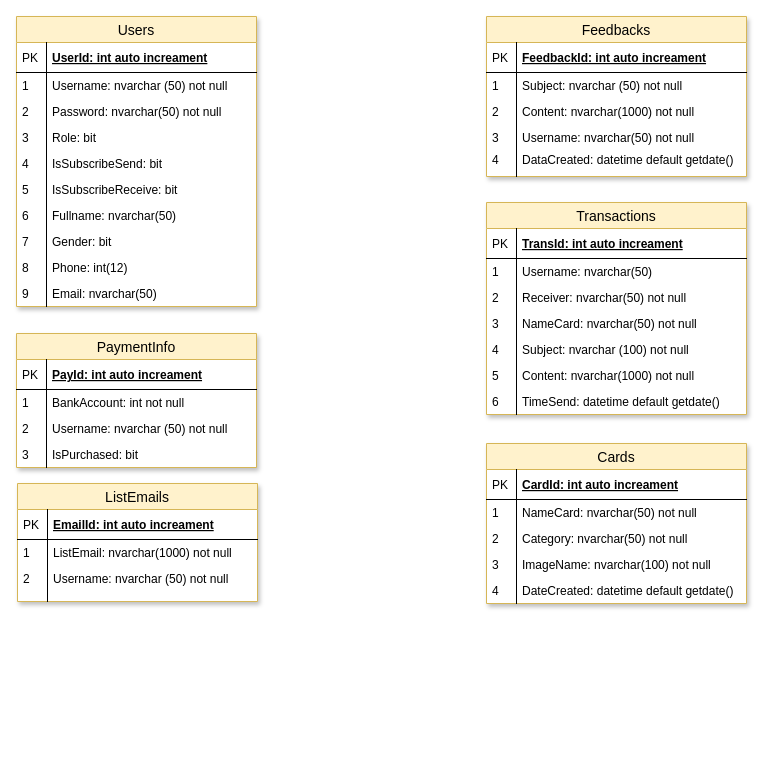
Above: page "Database Structure" (5 of 9) of e-Greeting.drawio in duyphuong403/E-Greeting (draw.io), before the change. Source tidied: cells renumbered, new cells numbered last; positions are measured from the earlier drawing's top-left corner, leaving out a move shared by most shapes. Both pictures are drawn from the tidied source at 100%, with x=0, y=0 at pixel (16, 16).
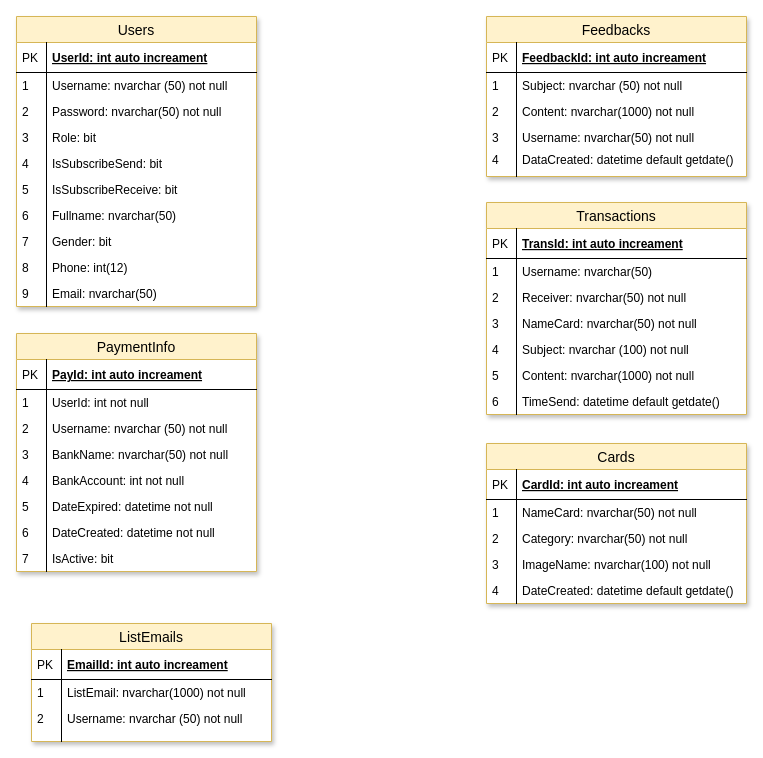
Above is the later version.

The edit, as a diff of the source:
```diff
@@
     <mxCell id="66" value="ListEmails" style="swimlane;fontStyle=0;horizontal=1;startSize=26;fillColor=#fff2cc;swimlaneFillColor=#ffffff;align=center;fontSize=14;rounded=0;shadow=1;glass=0;comic=0;strokeColor=#d6b656;" parent="1" vertex="1">
-      <mxGeometry x="1" y="467" width="240" height="118" as="geometry" />
+      <mxGeometry x="15" y="607" width="240" height="118" as="geometry" />
     </mxCell>
@@
     <mxCell id="75" value="PaymentInfo" style="swimlane;fontStyle=0;horizontal=1;startSize=26;fillColor=#fff2cc;swimlaneFillColor=#ffffff;align=center;fontSize=14;rounded=0;shadow=1;glass=0;comic=0;strokeColor=#d6b656;" parent="1" vertex="1">
-      <mxGeometry y="317" width="240" height="134" as="geometry" />
+      <mxGeometry y="317" width="240" height="238" as="geometry" />
     </mxCell>
@@
-    <mxCell id="78" value="BankAccount: int not null" style="shape=partialRectangle;top=0;left=0;right=0;bottom=0;align=left;verticalAlign=top;fillColor=none;spacingLeft=34;spacingRight=4;overflow=hidden;fontSize=12;" parent="75" vertex="1">
+    <mxCell id="78" value="UserId: int not null" style="shape=partialRectangle;top=0;left=0;right=0;bottom=0;align=left;verticalAlign=top;fillColor=none;spacingLeft=34;spacingRight=4;overflow=hidden;fontSize=12;" parent="75" vertex="1">
       <mxGeometry y="56" width="240" height="26" as="geometry" />
     </mxCell>
@@
+    <mxCell id="84" value="BankName: nvarchar(50) not null" style="shape=partialRectangle;top=0;left=0;right=0;bottom=0;align=left;verticalAlign=top;fillColor=none;spacingLeft=34;spacingRight=4;overflow=hidden;fontSize=12;" parent="75" vertex="1">
+      <mxGeometry y="108" width="240" height="26" as="geometry" />
+    </mxCell>
+    <mxCell id="85" value="3" style="shape=partialRectangle;top=0;left=0;bottom=0;fillColor=none;align=left;verticalAlign=top;spacingLeft=4;spacingRight=4;overflow=hidden;fontSize=12;" parent="84" vertex="1">
+      <mxGeometry width="30" height="26" as="geometry" />
+    </mxCell>
+    <mxCell id="86" value="BankAccount: int not null" style="shape=partialRectangle;top=0;left=0;right=0;bottom=0;align=left;verticalAlign=top;fillColor=none;spacingLeft=34;spacingRight=4;overflow=hidden;fontSize=12;" parent="75" vertex="1">
+      <mxGeometry y="134" width="240" height="26" as="geometry" />
+    </mxCell>
+    <mxCell id="87" value="4" style="shape=partialRectangle;top=0;left=0;bottom=0;fillColor=none;align=left;verticalAlign=top;spacingLeft=4;spacingRight=4;overflow=hidden;fontSize=12;" parent="86" vertex="1">
+      <mxGeometry width="30" height="26" as="geometry" />
+    </mxCell>
-    <mxCell id="82" value="IsPurchased: bit" style="shape=partialRectangle;top=0;left=0;right=0;bottom=0;align=left;verticalAlign=top;fillColor=none;spacingLeft=34;spacingRight=4;overflow=hidden;fontSize=12;" parent="75" vertex="1">
-      <mxGeometry y="108" width="240" height="26" as="geometry" />
+    <mxCell id="82" value="DateExpired: datetime not null" style="shape=partialRectangle;top=0;left=0;right=0;bottom=0;align=left;verticalAlign=top;fillColor=none;spacingLeft=34;spacingRight=4;overflow=hidden;fontSize=12;" parent="75" vertex="1">
+      <mxGeometry y="160" width="240" height="26" as="geometry" />
     </mxCell>
-    <mxCell id="83" value="3" style="shape=partialRectangle;top=0;left=0;bottom=0;fillColor=none;align=left;verticalAlign=top;spacingLeft=4;spacingRight=4;overflow=hidden;fontSize=12;" parent="82" vertex="1">
+    <mxCell id="83" value="5" style="shape=partialRectangle;top=0;left=0;bottom=0;fillColor=none;align=left;verticalAlign=top;spacingLeft=4;spacingRight=4;overflow=hidden;fontSize=12;" parent="82" vertex="1">
       <mxGeometry width="30" height="26" as="geometry" />
     </mxCell>
+    <mxCell id="88" value="DateCreated: datetime not null" style="shape=partialRectangle;top=0;left=0;right=0;bottom=0;align=left;verticalAlign=top;fillColor=none;spacingLeft=34;spacingRight=4;overflow=hidden;fontSize=12;" parent="75" vertex="1">
+      <mxGeometry y="186" width="240" height="26" as="geometry" />
+    </mxCell>
+    <mxCell id="89" value="6" style="shape=partialRectangle;top=0;left=0;bottom=0;fillColor=none;align=left;verticalAlign=top;spacingLeft=4;spacingRight=4;overflow=hidden;fontSize=12;" parent="88" vertex="1">
+      <mxGeometry width="30" height="26" as="geometry" />
+    </mxCell>
+    <mxCell id="90" value="IsActive: bit" style="shape=partialRectangle;top=0;left=0;right=0;bottom=0;align=left;verticalAlign=top;fillColor=none;spacingLeft=34;spacingRight=4;overflow=hidden;fontSize=12;" parent="75" vertex="1">
+      <mxGeometry y="212" width="240" height="26" as="geometry" />
+    </mxCell>
+    <mxCell id="91" value="7" style="shape=partialRectangle;top=0;left=0;bottom=0;fillColor=none;align=left;verticalAlign=top;spacingLeft=4;spacingRight=4;overflow=hidden;fontSize=12;" parent="90" vertex="1">
+      <mxGeometry width="30" height="26" as="geometry" />
+    </mxCell>
```
